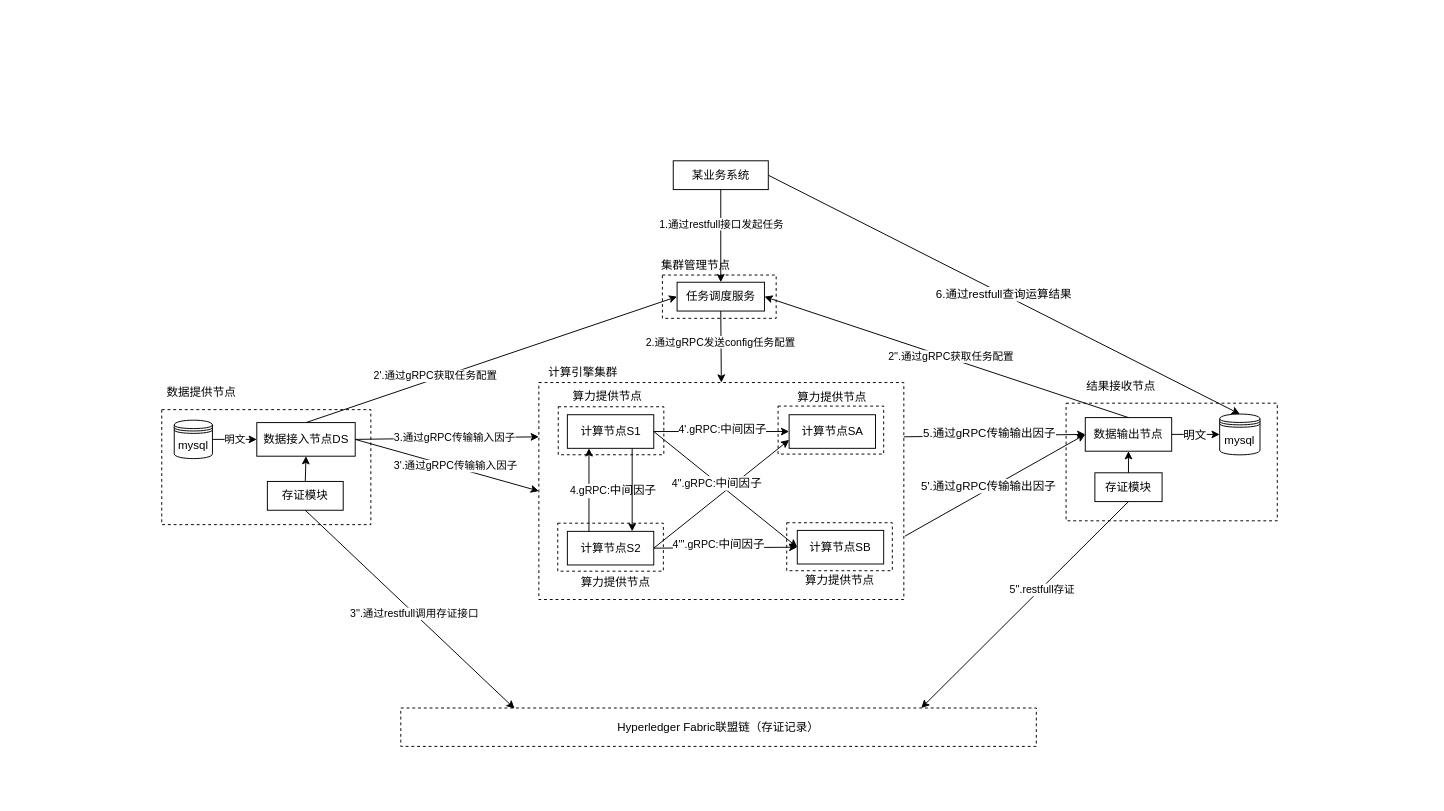
Before: huifeng_deploy_2.drawio in yankaili2006/drawing_io, a draw.io diagram. Source tidied: cells renumbered, new cells numbered last; positions are measured from the earlier drawing's top-left corner, leaving out a move shared by most shapes. Both pictures are drawn from the tidied source at 96%, with x=0, y=0 at pixel (160, 160).
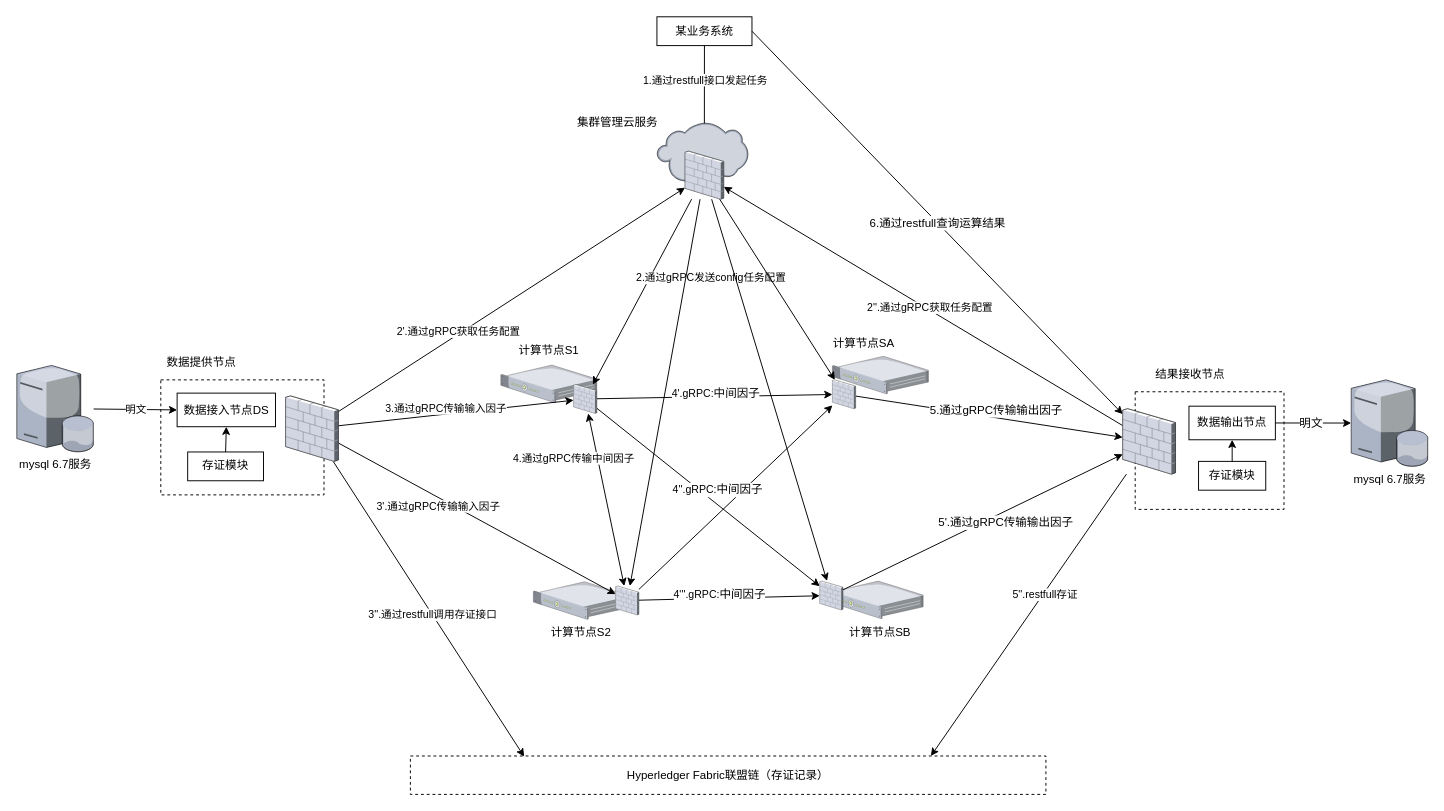
After the change.

Change to the diagram source:
```diff
@@
-    <mxCell id="2" style="rounded=0;whiteSpace=wrap;html=1;dashed=1;" parent="1" vertex="1">
-      <mxGeometry x="522.5" y="119" width="118.5" height="45.1" as="geometry" />
-    </mxCell>
+    <mxCell id="65" style="verticalLabelPosition=bottom;html=1;verticalAlign=top;strokeColor=none;align=center;shape=mxgraph.citrix.1u_2u_server;" parent="1" vertex="1">
+      <mxGeometry x="388.1" y="438.5" width="100" height="39.1" as="geometry" />
+    </mxCell>
+    <mxCell id="66" style="verticalLabelPosition=bottom;html=1;verticalAlign=top;strokeColor=none;align=center;shape=mxgraph.citrix.1u_2u_server;" parent="1" vertex="1">
+      <mxGeometry x="694.1" y="437.8" width="100" height="39.1" as="geometry" />
+    </mxCell>
+    <mxCell id="67" style="verticalLabelPosition=bottom;html=1;verticalAlign=top;strokeColor=none;align=center;shape=mxgraph.citrix.1u_2u_server;" parent="1" vertex="1">
+      <mxGeometry x="699.6" y="203.6" width="100" height="39.1" as="geometry" />
+    </mxCell>
+    <mxCell id="68" style="verticalLabelPosition=bottom;html=1;verticalAlign=top;strokeColor=none;align=center;shape=mxgraph.citrix.1u_2u_server;" parent="1" vertex="1">
+      <mxGeometry x="354.2" y="212.8" width="100" height="39.1" as="geometry" />
+    </mxCell>
     <mxCell id="3" style="rounded=0;whiteSpace=wrap;html=1;dashed=1;" parent="1" vertex="1">
-      <mxGeometry x="1" y="259.2" width="217.8" height="119.8" as="geometry" />
+      <mxGeometry y="228.2" width="170" height="119.8" as="geometry" />
     </mxCell>
     <mxCell id="4" style="rounded=0;whiteSpace=wrap;html=1;dashed=1;" parent="1" vertex="1">
-      <mxGeometry x="943" y="252.5" width="220" height="122.5" as="geometry" />
+      <mxGeometry x="1015" y="240.6" width="155" height="122.5" as="geometry" />
     </mxCell>
-    <mxCell id="5" style="rounded=0;whiteSpace=wrap;html=1;fillColor=none;labelPosition=center;verticalLabelPosition=middle;align=center;verticalAlign=middle;dashed=1;" parent="1" vertex="1">
-      <mxGeometry x="393.8" y="231" width="380.2" height="226" as="geometry" />
-    </mxCell>
     <mxCell id="6" value="某业务系统" style="rounded=0;whiteSpace=wrap;html=1;" parent="1" vertex="1">
-      <mxGeometry x="533.8" width="99" height="30" as="geometry" />
+      <mxGeometry x="516.8" y="-150" width="99" height="30" as="geometry" />
     </mxCell>
-    <mxCell id="7" value="任务调度服务" style="rounded=0;whiteSpace=wrap;html=1;" parent="1" vertex="1">
-      <mxGeometry x="537.8" y="126.5" width="91" height="30" as="geometry" />
-    </mxCell>
-    <mxCell id="8" style="endArrow=classic;html=1;entryX=0.5;entryY=0;entryDx=0;entryDy=0;exitX=0.5;exitY=1;exitDx=0;exitDy=0;" parent="1" edge="1" source="7" target="5">
+    <mxCell id="8" style="endArrow=classic;html=1;" parent="1" edge="1" source="82" target="74">
       <mxGeometry relative="1" as="geometry" />
     </mxCell>
     <mxCell id="9" value="2.通过gRPC发送config任务配置" style="edgeLabel;html=1;align=center;verticalAlign=middle;" parent="8" vertex="1">
-      <mxGeometry x="-0.15" y="-1" relative="1" as="geometry" />
+      <mxGeometry x="-0.15" y="-1" relative="1" as="geometry">
+        <mxPoint x="64" as="offset" />
+      </mxGeometry>
     </mxCell>
-    <mxCell id="10" style="endArrow=classic;html=1;entryX=0.5;entryY=0;entryDx=0;entryDy=0;exitX=0.5;exitY=1;exitDx=0;exitDy=0;" parent="1" edge="1" source="6" target="7">
-      <mxGeometry relative="1" as="geometry" />
+    <mxCell id="10" style="endArrow=classic;html=1;entryX=0.5;entryY=0;entryDx=0;entryDy=0;exitX=0.5;exitY=1;exitDx=0;exitDy=0;" parent="1" edge="1" source="6">
+      <mxGeometry relative="1" as="geometry">
+        <mxPoint x="566.2" y="-23.5" as="targetPoint" />
+      </mxGeometry>
     </mxCell>
@@
-    <mxCell id="12" style="endArrow=classic;html=1;entryX=0;entryY=0.5;entryDx=0;entryDy=0;exitX=1.003;exitY=0.708;exitDx=0;exitDy=0;exitPerimeter=0;" parent="1" edge="1" source="5" target="36">
+    <mxCell id="12" style="endArrow=classic;html=1;" parent="1" edge="1" source="76" target="70">
       <mxGeometry relative="1" as="geometry" />
     </mxCell>
     <mxCell id="13" value="5'.通过gRPC传输输出因子" style="text;html=1;align=center;verticalAlign=middle;labelBackgroundColor=#ffffff;" parent="12" vertex="1">
-      <mxGeometry x="-0.06" y="3" relative="1" as="geometry" />
+      <mxGeometry x="-0.06" y="3" relative="1" as="geometry">
+        <mxPoint x="33" y="-1.7" as="offset" />
+      </mxGeometry>
     </mxCell>
-    <mxCell id="14" value="计算节点S1" style="rounded=0;whiteSpace=wrap;html=1;fillColor=none;" parent="1" vertex="1">
-      <mxGeometry x="423.5" y="264.5" width="90" height="35" as="geometry" />
-    </mxCell>
-    <mxCell id="15" style="endArrow=classic;html=1;exitX=0.25;exitY=0;exitDx=0;exitDy=0;entryX=0.25;entryY=1;entryDx=0;entryDy=0;" parent="1" edge="1" source="17" target="14">
-      <mxGeometry relative="1" as="geometry" />
-    </mxCell>
-    <mxCell id="16" value="4.gRPC:&lt;span style=&quot;font-size: 12px&quot;&gt;中间因子&lt;/span&gt;" style="edgeLabel;html=1;align=center;verticalAlign=middle;" parent="15" vertex="1">
-      <mxGeometry x="-0.01" relative="1" as="geometry">
-        <mxPoint x="24.2" as="offset" />
-      </mxGeometry>
-    </mxCell>
-    <mxCell id="17" value="计算节点S2" style="rounded=0;whiteSpace=wrap;html=1;fillColor=none;" parent="1" vertex="1">
-      <mxGeometry x="423.5" y="386" width="90" height="35" as="geometry" />
-    </mxCell>
-    <mxCell id="18" value="计算节点SB" style="rounded=0;whiteSpace=wrap;html=1;fillColor=none;" parent="1" vertex="1">
-      <mxGeometry x="663" y="385" width="90" height="35" as="geometry" />
-    </mxCell>
-    <mxCell id="19" value="计算节点SA" style="rounded=0;whiteSpace=wrap;html=1;fillColor=none;" parent="1" vertex="1">
-      <mxGeometry x="654.5" y="264.5" width="90" height="35" as="geometry" />
-    </mxCell>
-    <mxCell id="20" style="endArrow=classic;html=1;exitX=0.75;exitY=1;exitDx=0;exitDy=0;entryX=0.75;entryY=0;entryDx=0;entryDy=0;" parent="1" edge="1" source="14" target="17">
-      <mxGeometry relative="1" as="geometry" />
-    </mxCell>
-    <mxCell id="21" style="endArrow=classic;html=1;exitX=1;exitY=0.5;exitDx=0;exitDy=0;entryX=0;entryY=0.5;entryDx=0;entryDy=0;" parent="1" edge="1" source="14" target="19">
+    <mxCell id="21" style="endArrow=classic;html=1;" parent="1" edge="1" source="74" target="75">
       <mxGeometry relative="1" as="geometry" />
     </mxCell>
@@
-    <mxCell id="23" style="endArrow=classic;html=1;exitX=1;exitY=0.5;exitDx=0;exitDy=0;entryX=0;entryY=0.5;entryDx=0;entryDy=0;" parent="1" edge="1" source="17" target="18">
+    <mxCell id="23" style="endArrow=classic;html=1;" parent="1" edge="1" source="77" target="76">
       <mxGeometry relative="1" as="geometry" />
     </mxCell>
@@
-    <mxCell id="25" style="endArrow=classic;html=1;exitX=1;exitY=0.5;exitDx=0;exitDy=0;entryX=0;entryY=0.75;entryDx=0;entryDy=0;" parent="1" edge="1" source="17" target="19">
+    <mxCell id="25" style="endArrow=classic;html=1;" parent="1" edge="1" source="77" target="75">
       <mxGeometry relative="1" as="geometry" />
     </mxCell>
-    <mxCell id="26" style="endArrow=classic;html=1;exitX=1;exitY=0.5;exitDx=0;exitDy=0;entryX=0;entryY=0.5;entryDx=0;entryDy=0;" parent="1" edge="1" source="14" target="18">
+    <mxCell id="26" style="endArrow=classic;html=1;" parent="1" edge="1" source="74" target="76">
       <mxGeometry relative="1" as="geometry" />
     </mxCell>
     <mxCell id="27" value="&lt;span style=&quot;font-size: 11px&quot;&gt;4''.gRPC:&lt;/span&gt;中间因子" style="text;html=1;align=center;verticalAlign=middle;labelBackgroundColor=#ffffff;" parent="26" vertex="1">
-      <mxGeometry x="-0.13" y="-1" relative="1" as="geometry" />
+      <mxGeometry x="-0.13" y="-1" relative="1" as="geometry">
+        <mxPoint x="24.8" y="3.5" as="offset" />
+      </mxGeometry>
     </mxCell>
-    <mxCell id="28" value="算力提供节点" style="text;html=1;strokeColor=none;fillColor=none;align=center;verticalAlign=middle;whiteSpace=wrap;rounded=0;" parent="1" vertex="1">
-      <mxGeometry x="663" y="427" width="89" height="20" as="geometry" />
+    <mxCell id="28" value="计算节点SB" style="text;html=1;strokeColor=none;fillColor=none;align=center;verticalAlign=middle;whiteSpace=wrap;rounded=0;" parent="1" vertex="1">
+      <mxGeometry x="705.1" y="482.1" width="89" height="20" as="geometry" />
     </mxCell>
-    <mxCell id="29" value="算力提供节点" style="text;html=1;strokeColor=none;fillColor=none;align=center;verticalAlign=middle;whiteSpace=wrap;rounded=0;" parent="1" vertex="1">
-      <mxGeometry x="654.5" y="236.5" width="89" height="20" as="geometry" />
-    </mxCell>
-    <mxCell id="30" value="算力提供节点" style="text;html=1;strokeColor=none;fillColor=none;align=center;verticalAlign=middle;whiteSpace=wrap;rounded=0;" parent="1" vertex="1">
-      <mxGeometry x="421.5" y="235.5" width="86.5" height="20" as="geometry" />
-    </mxCell>
-    <mxCell id="31" value="算力提供节点" style="text;html=1;strokeColor=none;fillColor=none;align=center;verticalAlign=middle;whiteSpace=wrap;rounded=0;" parent="1" vertex="1">
-      <mxGeometry x="427.8" y="429" width="92.2" height="20" as="geometry" />
+    <mxCell id="31" value="计算节点S2" style="text;html=1;strokeColor=none;fillColor=none;align=center;verticalAlign=middle;whiteSpace=wrap;rounded=0;" parent="1" vertex="1">
+      <mxGeometry x="391.9" y="482.1" width="92.2" height="20" as="geometry" />
     </mxCell>
     <mxCell id="32" value="数据接入节点DS" style="rounded=0;whiteSpace=wrap;html=1;" parent="1" vertex="1">
-      <mxGeometry x="100" y="272.7" width="102.5" height="35" as="geometry" />
+      <mxGeometry x="17" y="242" width="102.5" height="35" as="geometry" />
     </mxCell>
-    <mxCell id="33" value="mysql" style="shape=datastore;whiteSpace=wrap;html=1;" parent="1" vertex="1">
-      <mxGeometry x="14" y="270.2" width="39.8" height="40" as="geometry" />
-    </mxCell>
-    <mxCell id="34" value="明文" style="endArrow=classic;html=1;exitX=1;exitY=0.5;exitDx=0;exitDy=0;entryX=0;entryY=0.5;entryDx=0;entryDy=0;" parent="1" edge="1" source="33" target="32">
+    <mxCell id="34" value="明文" style="endArrow=classic;html=1;entryX=0;entryY=0.5;entryDx=0;entryDy=0;" parent="1" edge="1" source="80" target="32">
       <mxGeometry relative="1" as="geometry" />
     </mxCell>
     <mxCell id="35" value="数据提供节点" style="text;html=1;strokeColor=none;fillColor=none;align=center;verticalAlign=middle;whiteSpace=wrap;rounded=0;" parent="1" vertex="1">
-      <mxGeometry y="231" width="84.8" height="20" as="geometry" />
+      <mxGeometry y="200" width="84.8" height="20" as="geometry" />
     </mxCell>
     <mxCell id="36" value="数据输出节点" style="rounded=0;whiteSpace=wrap;html=1;" parent="1" vertex="1">
-      <mxGeometry x="963" y="267.5" width="90" height="35" as="geometry" />
+      <mxGeometry x="1071" y="255.6" width="90" height="35" as="geometry" />
     </mxCell>
     <mxCell id="37" value="存证模块" style="rounded=0;whiteSpace=wrap;html=1;fillColor=none;" parent="1" vertex="1">
-      <mxGeometry x="973" y="325" width="70" height="30" as="geometry" />
+      <mxGeometry x="1081" y="313.1" width="70" height="30" as="geometry" />
     </mxCell>
-    <mxCell id="38" value="mysql" style="shape=datastore;whiteSpace=wrap;html=1;" parent="1" vertex="1">
-      <mxGeometry x="1103" y="263.8" width="42" height="42.5" as="geometry" />
-    </mxCell>
-    <mxCell id="39" style="endArrow=classic;html=1;exitX=1;exitY=0.5;exitDx=0;exitDy=0;" parent="1" edge="1" source="36" target="38">
+    <mxCell id="39" style="endArrow=classic;html=1;exitX=1;exitY=0.5;exitDx=0;exitDy=0;" parent="1" edge="1" source="36" target="81">
       <mxGeometry relative="1" as="geometry" />
     </mxCell>
@@
     <mxCell id="41" value="结果接收节点" style="text;html=1;strokeColor=none;fillColor=none;align=center;verticalAlign=middle;whiteSpace=wrap;rounded=0;" parent="1" vertex="1">
-      <mxGeometry x="953" y="225" width="94.5" height="20" as="geometry" />
+      <mxGeometry x="1025" y="213.1" width="94.5" height="20" as="geometry" />
     </mxCell>
     <mxCell id="42" value="Hyperledger Fabric联盟链（存证记录）" style="rounded=0;whiteSpace=wrap;html=1;dashed=1;" parent="1" vertex="1">
-      <mxGeometry x="250" y="570" width="662" height="40" as="geometry" />
+      <mxGeometry x="260" y="620" width="662" height="40" as="geometry" />
     </mxCell>
-    <mxCell id="43" style="endArrow=classic;html=1;exitX=0.5;exitY=1;exitDx=0;exitDy=0;entryX=0.819;entryY=0;entryDx=0;entryDy=0;entryPerimeter=0;" parent="1" edge="1" source="37" target="42">
+    <mxCell id="43" style="endArrow=classic;html=1;entryX=0.819;entryY=0;entryDx=0;entryDy=0;entryPerimeter=0;" parent="1" edge="1" source="70" target="42">
       <mxGeometry relative="1" as="geometry" />
     </mxCell>
@@
-    <mxCell id="45" style="endArrow=classic;html=1;entryX=0.179;entryY=0.015;entryDx=0;entryDy=0;entryPerimeter=0;exitX=0.5;exitY=1;exitDx=0;exitDy=0;" parent="1" edge="1" source="50" target="42">
+    <mxCell id="45" style="endArrow=classic;html=1;entryX=0.179;entryY=0.015;entryDx=0;entryDy=0;entryPerimeter=0;" parent="1" edge="1" source="69" target="42">
       <mxGeometry relative="1" as="geometry" />
     </mxCell>
@@
-    <mxCell id="47" value="计算引擎集群" style="text;html=1;strokeColor=none;fillColor=none;align=center;verticalAlign=middle;whiteSpace=wrap;rounded=0;" parent="1" vertex="1">
-      <mxGeometry x="399.8" y="211" width="79.5" height="20" as="geometry" />
-    </mxCell>
-    <mxCell id="48" style="endArrow=classic;html=1;entryX=0;entryY=0.5;entryDx=0;entryDy=0;exitX=1;exitY=0.25;exitDx=0;exitDy=0;" parent="1" edge="1" source="5" target="36">
+    <mxCell id="48" style="endArrow=classic;html=1;" parent="1" edge="1" source="75" target="70">
       <mxGeometry relative="1" as="geometry" />
     </mxCell>
     <mxCell id="49" value="5.通过gRPC传输输出因子" style="text;html=1;align=center;verticalAlign=middle;labelBackgroundColor=#ffffff;" parent="48" vertex="1">
-      <mxGeometry x="-0.06" y="3" relative="1" as="geometry" />
+      <mxGeometry x="-0.06" y="3" relative="1" as="geometry">
+        <mxPoint x="14.3" y="-2.9" as="offset" />
+      </mxGeometry>
     </mxCell>
     <mxCell id="50" value="存证模块" style="rounded=0;whiteSpace=wrap;html=1;fillColor=none;" parent="1" vertex="1">
-      <mxGeometry x="111" y="334" width="79" height="30" as="geometry" />
+      <mxGeometry x="28" y="303.3" width="79" height="30" as="geometry" />
     </mxCell>
@@
-    <mxCell id="53" value="3.通过gRPC传输输入因子" style="endArrow=classic;html=1;exitX=1;exitY=0.5;exitDx=0;exitDy=0;entryX=0;entryY=0.25;entryDx=0;entryDy=0;" parent="1" edge="1" source="32" target="5">
-      <mxGeometry x="0.09" y="1" relative="1" as="geometry" />
+    <mxCell id="53" value="3.通过gRPC传输输入因子" style="endArrow=classic;html=1;" parent="1" edge="1" source="69" target="74">
+      <mxGeometry x="-0.08" y="6" relative="1" as="geometry" />
     </mxCell>
-    <mxCell id="54" style="endArrow=classic;html=1;entryX=0;entryY=0.5;entryDx=0;entryDy=0;exitX=0.5;exitY=0;exitDx=0;exitDy=0;" parent="1" edge="1" source="32" target="7">
+    <mxCell id="54" style="endArrow=classic;html=1;" parent="1" edge="1" source="69" target="82">
       <mxGeometry relative="1" as="geometry" />
     </mxCell>
@@
-    <mxCell id="56" style="endArrow=classic;html=1;exitX=0.5;exitY=0;exitDx=0;exitDy=0;entryX=1;entryY=0.5;entryDx=0;entryDy=0;" parent="1" edge="1" source="36" target="7">
+    <mxCell id="56" style="endArrow=classic;html=1;" parent="1" edge="1" source="70" target="82">
       <mxGeometry relative="1" as="geometry" />
     </mxCell>
@@
-    <mxCell id="58" value="&lt;span style=&quot;font-size: 12px&quot;&gt;6.通过restfull查询运算结果&lt;/span&gt;" style="endArrow=classic;html=1;entryX=0.5;entryY=0;entryDx=0;entryDy=0;exitX=1;exitY=0.5;exitDx=0;exitDy=0;" parent="1" edge="1" source="6" target="38">
+    <mxCell id="58" value="&lt;span style=&quot;font-size: 12px&quot;&gt;6.通过restfull查询运算结果&lt;/span&gt;" style="endArrow=classic;html=1;exitX=1;exitY=0.5;exitDx=0;exitDy=0;" parent="1" edge="1" source="6" target="70">
       <mxGeometry relative="1" as="geometry" />
     </mxCell>
-    <mxCell id="59" value="集群管理节点" style="text;html=1;strokeColor=none;fillColor=none;align=center;verticalAlign=middle;whiteSpace=wrap;rounded=0;" parent="1" vertex="1">
-      <mxGeometry x="515" y="99" width="85" height="20" as="geometry" />
+    <mxCell id="59" value="集群管理云服务" style="text;html=1;strokeColor=none;fillColor=none;align=center;verticalAlign=middle;whiteSpace=wrap;rounded=0;" parent="1" vertex="1">
+      <mxGeometry x="420" y="-50" width="111.6" height="20" as="geometry" />
     </mxCell>
-    <mxCell id="60" value="3'.通过gRPC传输输入因子" style="endArrow=classic;html=1;exitX=1;exitY=0.5;exitDx=0;exitDy=0;entryX=0;entryY=0.5;entryDx=0;entryDy=0;" parent="1" edge="1" source="32" target="5">
-      <mxGeometry x="0.09" y="1" relative="1" as="geometry" />
+    <mxCell id="60" value="3'.通过gRPC传输输入因子" style="endArrow=classic;html=1;" parent="1" edge="1" source="69" target="77">
+      <mxGeometry x="-0.25" y="-8" relative="1" as="geometry" />
     </mxCell>
-    <mxCell id="61" style="rounded=0;whiteSpace=wrap;html=1;fillColor=none;labelPosition=center;verticalLabelPosition=middle;align=center;verticalAlign=middle;dashed=1;" parent="1" vertex="1">
-      <mxGeometry x="414" y="256.2" width="110" height="50" as="geometry" />
-    </mxCell>
-    <mxCell id="62" style="rounded=0;whiteSpace=wrap;html=1;fillColor=none;labelPosition=center;verticalLabelPosition=middle;align=center;verticalAlign=middle;dashed=1;" parent="1" vertex="1">
-      <mxGeometry x="413.5" y="377.5" width="110" height="50" as="geometry" />
-    </mxCell>
-    <mxCell id="63" style="rounded=0;whiteSpace=wrap;html=1;fillColor=none;labelPosition=center;verticalLabelPosition=middle;align=center;verticalAlign=middle;dashed=1;" parent="1" vertex="1">
-      <mxGeometry x="652" y="377" width="110" height="50" as="geometry" />
-    </mxCell>
-    <mxCell id="64" style="rounded=0;whiteSpace=wrap;html=1;fillColor=none;labelPosition=center;verticalLabelPosition=middle;align=center;verticalAlign=middle;dashed=1;" parent="1" vertex="1">
-      <mxGeometry x="643" y="255.5" width="110" height="50" as="geometry" />
-    </mxCell>
+    <mxCell id="69" style="verticalLabelPosition=bottom;html=1;verticalAlign=top;strokeColor=none;align=center;outlineConnect=0;shape=mxgraph.citrix.firewall;" parent="1" vertex="1">
+      <mxGeometry x="130" y="244.9" width="55" height="68.2" as="geometry" />
+    </mxCell>
+    <mxCell id="70" style="verticalLabelPosition=bottom;html=1;verticalAlign=top;strokeColor=none;align=center;outlineConnect=0;shape=mxgraph.citrix.firewall;" parent="1" vertex="1">
+      <mxGeometry x="1002" y="258.2" width="55" height="68.2" as="geometry" />
+    </mxCell>
+    <mxCell id="71" style="endArrow=classic;html=1;" parent="1" edge="1" source="82" target="77">
+      <mxGeometry relative="1" as="geometry" />
+    </mxCell>
+    <mxCell id="72" style="endArrow=classic;html=1;" parent="1" edge="1" source="82" target="75">
+      <mxGeometry relative="1" as="geometry" />
+    </mxCell>
+    <mxCell id="73" style="endArrow=classic;html=1;" parent="1" edge="1" source="82" target="76">
+      <mxGeometry relative="1" as="geometry" />
+    </mxCell>
+    <mxCell id="74" style="verticalLabelPosition=bottom;html=1;verticalAlign=top;strokeColor=none;align=center;outlineConnect=0;shape=mxgraph.citrix.firewall;" parent="1" vertex="1">
+      <mxGeometry x="430" y="233.1" width="24.2" height="30" as="geometry" />
+    </mxCell>
+    <mxCell id="75" style="verticalLabelPosition=bottom;html=1;verticalAlign=top;strokeColor=none;align=center;outlineConnect=0;shape=mxgraph.citrix.firewall;" parent="1" vertex="1">
+      <mxGeometry x="699.6" y="228.2" width="24.2" height="30" as="geometry" />
+    </mxCell>
+    <mxCell id="76" style="verticalLabelPosition=bottom;html=1;verticalAlign=top;strokeColor=none;align=center;outlineConnect=0;shape=mxgraph.citrix.firewall;" parent="1" vertex="1">
+      <mxGeometry x="686.4" y="437.8" width="24.2" height="30" as="geometry" />
+    </mxCell>
+    <mxCell id="77" style="verticalLabelPosition=bottom;html=1;verticalAlign=top;strokeColor=none;align=center;outlineConnect=0;shape=mxgraph.citrix.firewall;" parent="1" vertex="1">
+      <mxGeometry x="473.8" y="443" width="24.2" height="30" as="geometry" />
+    </mxCell>
+    <mxCell id="78" style="verticalLabelPosition=bottom;html=1;verticalAlign=top;strokeColor=none;align=center;shape=mxgraph.citrix.cloud;" parent="1" vertex="1">
+      <mxGeometry x="516.8" y="-40" width="95" height="62" as="geometry" />
+    </mxCell>
+    <mxCell id="14" value="计算节点S1" style="text;html=1;strokeColor=none;fillColor=none;align=center;verticalAlign=middle;whiteSpace=wrap;rounded=0;" parent="1" vertex="1">
+      <mxGeometry x="361.8" y="188.2" width="84.8" height="20" as="geometry" />
+    </mxCell>
+    <mxCell id="19" value="计算节点SA" style="text;html=1;strokeColor=none;fillColor=none;align=center;verticalAlign=middle;whiteSpace=wrap;rounded=0;" parent="1" vertex="1">
+      <mxGeometry x="690" y="180" width="84.8" height="20" as="geometry" />
+    </mxCell>
+    <mxCell id="79" value="4.通过gRPC传输中间因子" style="endArrow=classic;startArrow=classic;html=1;" parent="1" edge="1" source="77" target="74">
+      <mxGeometry x="0.53" y="24" relative="1" as="geometry" />
+    </mxCell>
+    <mxCell id="80" value="mysql 6.7服务" style="verticalLabelPosition=bottom;html=1;verticalAlign=top;strokeColor=none;align=center;outlineConnect=0;shape=mxgraph.citrix.database_server;" parent="1" vertex="1">
+      <mxGeometry x="-150" y="213.1" width="80" height="90" as="geometry" />
+    </mxCell>
+    <mxCell id="81" value="mysql 6.7服务" style="verticalLabelPosition=bottom;html=1;verticalAlign=top;strokeColor=none;align=center;outlineConnect=0;shape=mxgraph.citrix.database_server;" parent="1" vertex="1">
+      <mxGeometry x="1240" y="228.2" width="80" height="90" as="geometry" />
+    </mxCell>
+    <mxCell id="82" style="verticalLabelPosition=bottom;html=1;verticalAlign=top;strokeColor=none;align=center;outlineConnect=0;shape=mxgraph.citrix.firewall;" parent="1" vertex="1">
+      <mxGeometry x="546.1" y="-10" width="40.3" height="50" as="geometry" />
+    </mxCell>
```
